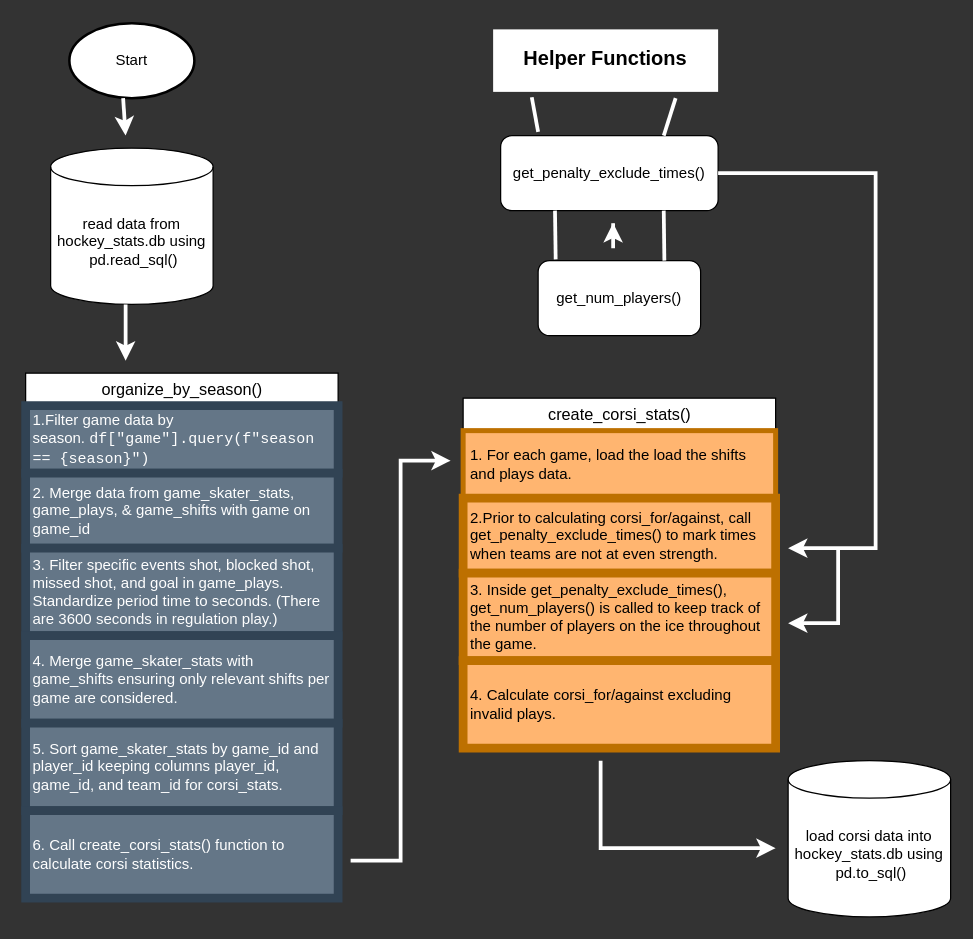
Above: flowforcorsi.drawio in ewnike/cost_cup (draw.io), before the change. Source tidied: cells renumbered, new cells numbered last; positions are measured from the earlier drawing's top-left corner, leaving out a move shared by most shapes. Both pictures are drawn from the tidied source at 125%, with x=0, y=0 at pixel (25, 22).
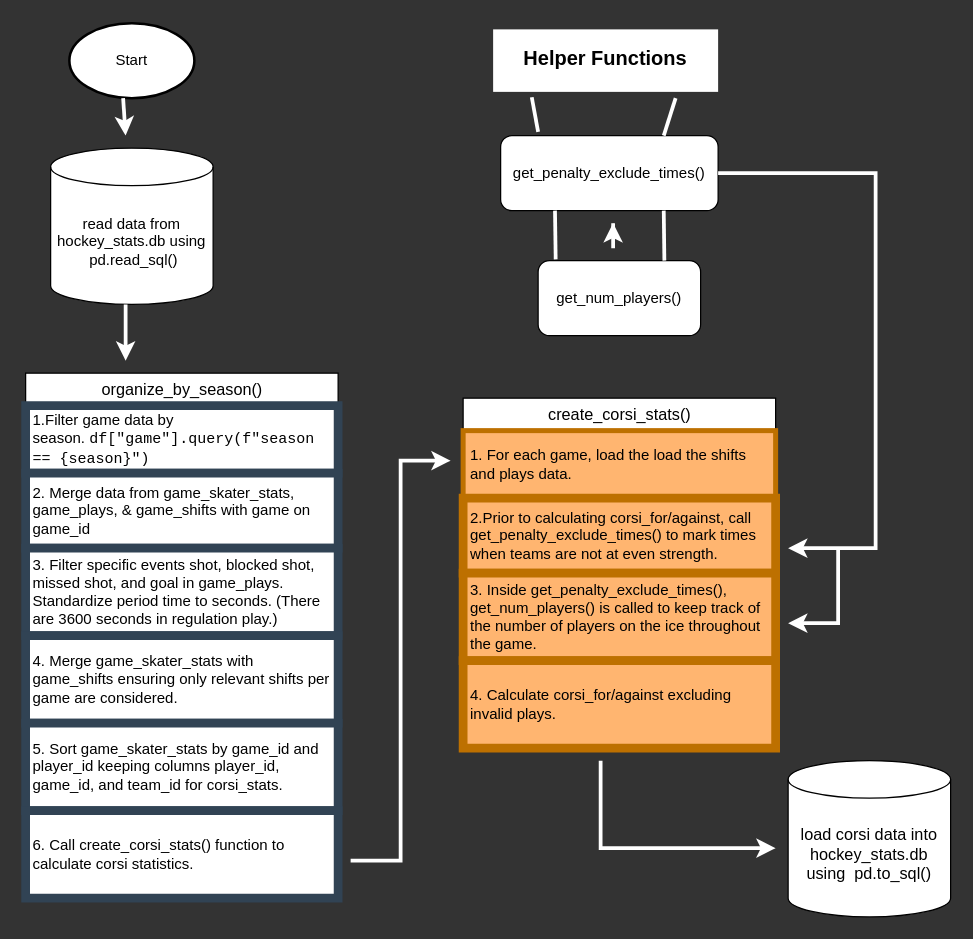
The same diagram, later.

Unchanged cells that the change refers to:
```xml
<mxCell id="6" value="&lt;font style=&quot;font-size: 13px;&quot;&gt;organize_by_season()&lt;/font&gt;" style="swimlane;fontStyle=0;horizontal=1;startSize=26;html=1;" parent="1" vertex="1">
  <mxGeometry y="280" width="250" height="420" as="geometry" />
</mxCell>
```

Change to the diagram source:
```diff
@@
-    <mxCell id="7" value="1.Filter game data by season.&amp;nbsp;&lt;code style=&quot;caret-color: rgb(0, 0, 0);&quot;&gt;df[&quot;game&quot;].query(f&quot;season == {season}&quot;)&lt;/code&gt;" style="text;strokeColor=#314354;fillColor=#647687;align=left;verticalAlign=middle;spacingLeft=4;spacingRight=4;overflow=hidden;whiteSpace=wrap;html=1;fontColor=#ffffff;perimeterSpacing=3;strokeWidth=7;" parent="6" vertex="1">
+    <mxCell id="7" value="1.Filter game data by season.&amp;nbsp;&lt;code style=&quot;caret-color: rgb(0, 0, 0);&quot;&gt;df[&quot;game&quot;].query(f&quot;season == {season}&quot;)&lt;/code&gt;" style="text;align=left;verticalAlign=middle;spacingLeft=4;spacingRight=4;overflow=hidden;whiteSpace=wrap;html=1;perimeterSpacing=3;strokeWidth=7;fillColor=#FFFFFF;fontColor=#000000;strokeColor=#314354;" parent="6" vertex="1">
       <mxGeometry y="26" width="250" height="54" as="geometry" />
     </mxCell>
-    <mxCell id="8" value="&lt;font color=&quot;#ffffff&quot;&gt;2. Merge data from game_skater_stats, game_plays, &amp;amp; game_shifts with game on game_id&amp;nbsp;&lt;/font&gt;" style="text;strokeColor=#314354;fillColor=#647687;align=left;verticalAlign=middle;spacingLeft=4;spacingRight=4;overflow=hidden;whiteSpace=wrap;html=1;fontColor=#ffffff;perimeterSpacing=3;strokeWidth=7;" parent="6" vertex="1">
+    <mxCell id="8" value="&lt;font color=&quot;#000000&quot;&gt;2. Merge data from game_skater_stats, game_plays, &amp;amp; game_shifts with game on game_id&amp;nbsp;&lt;/font&gt;" style="text;strokeColor=#314354;fillColor=#FFFFFF;align=left;verticalAlign=middle;spacingLeft=4;spacingRight=4;overflow=hidden;whiteSpace=wrap;html=1;fontColor=#ffffff;perimeterSpacing=3;strokeWidth=7;" parent="6" vertex="1">
       <mxGeometry y="80" width="250" height="60" as="geometry" />
     </mxCell>
-    <mxCell id="9" value="3.&lt;font face=&quot;Helvetica&quot;&gt; Filter specific events&amp;nbsp;&lt;span style=&quot;caret-color: rgb(0, 0, 0);&quot;&gt;shot, blocked shot, missed shot, and goal in game_plays. Standardize period time to seconds. (There are 3600 seconds in regulation play.)&lt;/span&gt;&lt;/font&gt;" style="text;strokeColor=#314354;fillColor=#647687;align=left;verticalAlign=top;spacingLeft=4;spacingRight=4;overflow=hidden;whiteSpace=wrap;html=1;fontColor=#ffffff;perimeterSpacing=3;strokeWidth=7;" parent="6" vertex="1">
+    <mxCell id="9" value="&lt;font color=&quot;#000000&quot;&gt;3.&lt;font face=&quot;Helvetica&quot;&gt; Filter specific events&amp;nbsp;&lt;span style=&quot;caret-color: rgb(0, 0, 0);&quot;&gt;shot, blocked shot, missed shot, and goal in game_plays. Standardize period time to seconds. (There are 3600 seconds in regulation play.)&lt;/span&gt;&lt;/font&gt;&lt;/font&gt;" style="text;strokeColor=#314354;fillColor=#FFFFFF;align=left;verticalAlign=top;spacingLeft=4;spacingRight=4;overflow=hidden;whiteSpace=wrap;html=1;fontColor=#ffffff;perimeterSpacing=3;strokeWidth=7;" parent="6" vertex="1">
       <mxGeometry y="140" width="250" height="70" as="geometry" />
     </mxCell>
-    <mxCell id="10" value="4. Merge game_skater_stats with game_shifts ensuring only relevant shifts per game are considered." style="text;strokeColor=#314354;fillColor=#647687;align=left;verticalAlign=middle;spacingLeft=4;spacingRight=4;overflow=hidden;whiteSpace=wrap;html=1;fontColor=#ffffff;perimeterSpacing=3;strokeWidth=7;" parent="6" vertex="1">
+    <mxCell id="10" value="&lt;font color=&quot;#000000&quot;&gt;4. Merge game_skater_stats with game_shifts ensuring only relevant shifts per game are considered.&lt;/font&gt;" style="text;strokeColor=#314354;fillColor=#FFFFFF;align=left;verticalAlign=middle;spacingLeft=4;spacingRight=4;overflow=hidden;whiteSpace=wrap;html=1;fontColor=#ffffff;perimeterSpacing=3;strokeWidth=7;" parent="6" vertex="1">
       <mxGeometry y="210" width="250" height="70" as="geometry" />
     </mxCell>
-    <mxCell id="11" value="5. Sort game_skater_stats by game_id and player_id keeping columns player_id, game_id, and team_id for corsi_stats." style="text;strokeColor=#314354;fillColor=#647687;align=left;verticalAlign=middle;spacingLeft=4;spacingRight=4;overflow=hidden;whiteSpace=wrap;html=1;fontColor=#ffffff;perimeterSpacing=3;strokeWidth=7;" parent="6" vertex="1">
+    <mxCell id="11" value="5. Sort game_skater_stats by game_id and player_id keeping columns player_id, game_id, and team_id for corsi_stats." style="text;strokeColor=#314354;fillColor=#FFFFFF;align=left;verticalAlign=middle;spacingLeft=4;spacingRight=4;overflow=hidden;whiteSpace=wrap;html=1;fontColor=#000000;perimeterSpacing=3;strokeWidth=7;" parent="6" vertex="1">
       <mxGeometry y="280" width="250" height="70" as="geometry" />
     </mxCell>
-    <mxCell id="12" value="6. Call create_corsi_stats() function to calculate corsi statistics." style="text;strokeColor=#314354;fillColor=#647687;align=left;verticalAlign=middle;spacingLeft=4;spacingRight=4;overflow=hidden;whiteSpace=wrap;html=1;fontColor=#ffffff;perimeterSpacing=3;strokeWidth=7;" parent="6" vertex="1">
+    <mxCell id="12" value="&lt;font color=&quot;#000000&quot;&gt;6. Call create_corsi_stats() function to calculate corsi statistics.&lt;/font&gt;" style="text;strokeColor=#314354;fillColor=#FFFFFF;align=left;verticalAlign=middle;spacingLeft=4;spacingRight=4;overflow=hidden;whiteSpace=wrap;html=1;fontColor=#ffffff;perimeterSpacing=3;strokeWidth=7;" parent="6" vertex="1">
       <mxGeometry y="350" width="250" height="70" as="geometry" />
     </mxCell>
@@
-    <mxCell id="30" value="load corsi data into hockey_stats.db using &amp;nbsp;pd.to_sql()" style="shape=cylinder3;whiteSpace=wrap;html=1;boundedLbl=1;backgroundOutline=1;size=15;" parent="1" vertex="1">
+    <mxCell id="30" value="load corsi data into hockey_stats.db using &amp;nbsp;pd.to_sql()" style="shape=cylinder3;whiteSpace=wrap;html=1;boundedLbl=1;backgroundOutline=1;size=15;fontSize=13;" parent="1" vertex="1">
       <mxGeometry x="610" y="590" width="130" height="125" as="geometry" />
     </mxCell>
```
